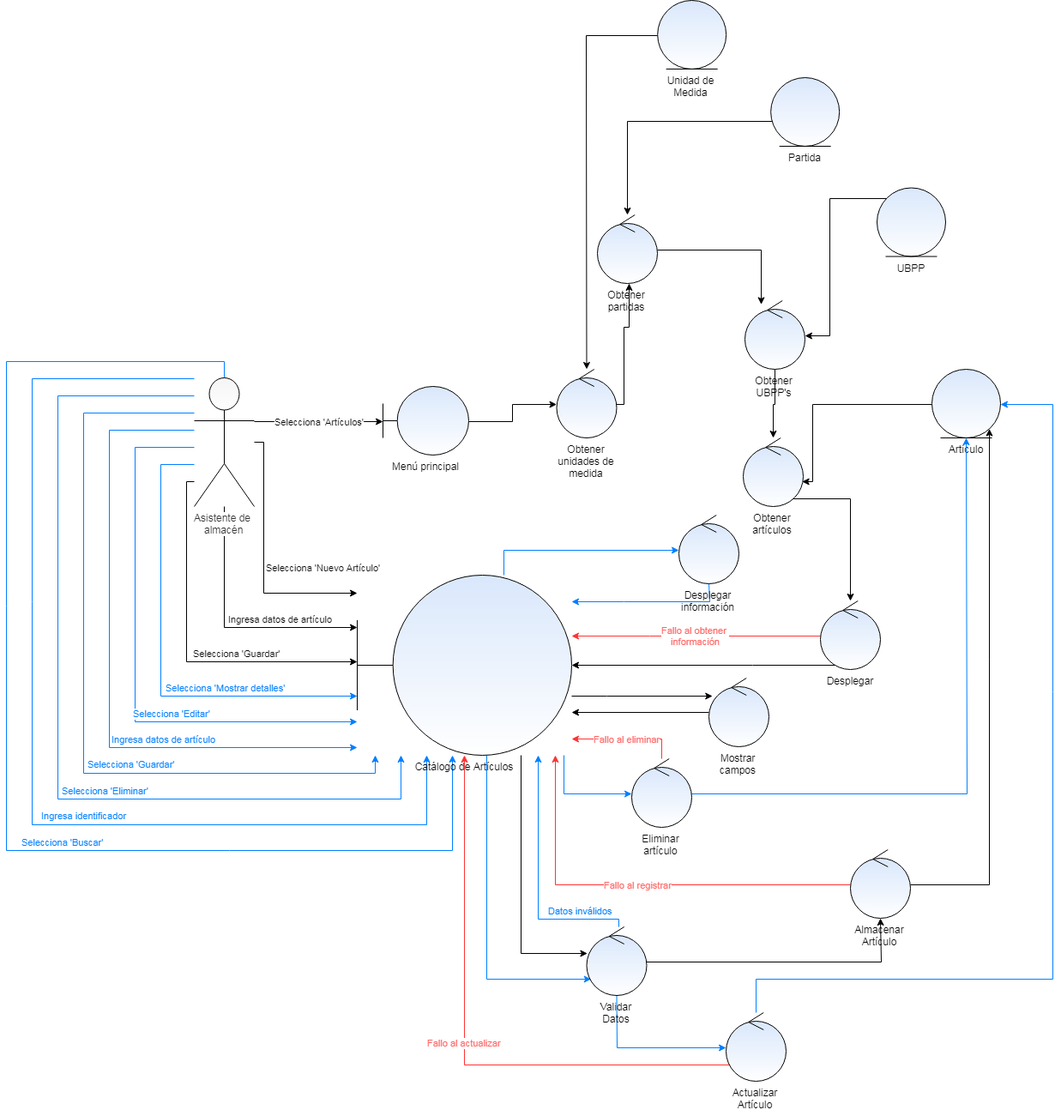
Earlier version of the draw.io export documentacion/Diagramas de robustez/CU-06.png (ipe-ver/sipever). Source tidied: cells renumbered, new cells last; positions are measured from the earlier drawing's top-left corner, leaving out a move shared by most shapes.
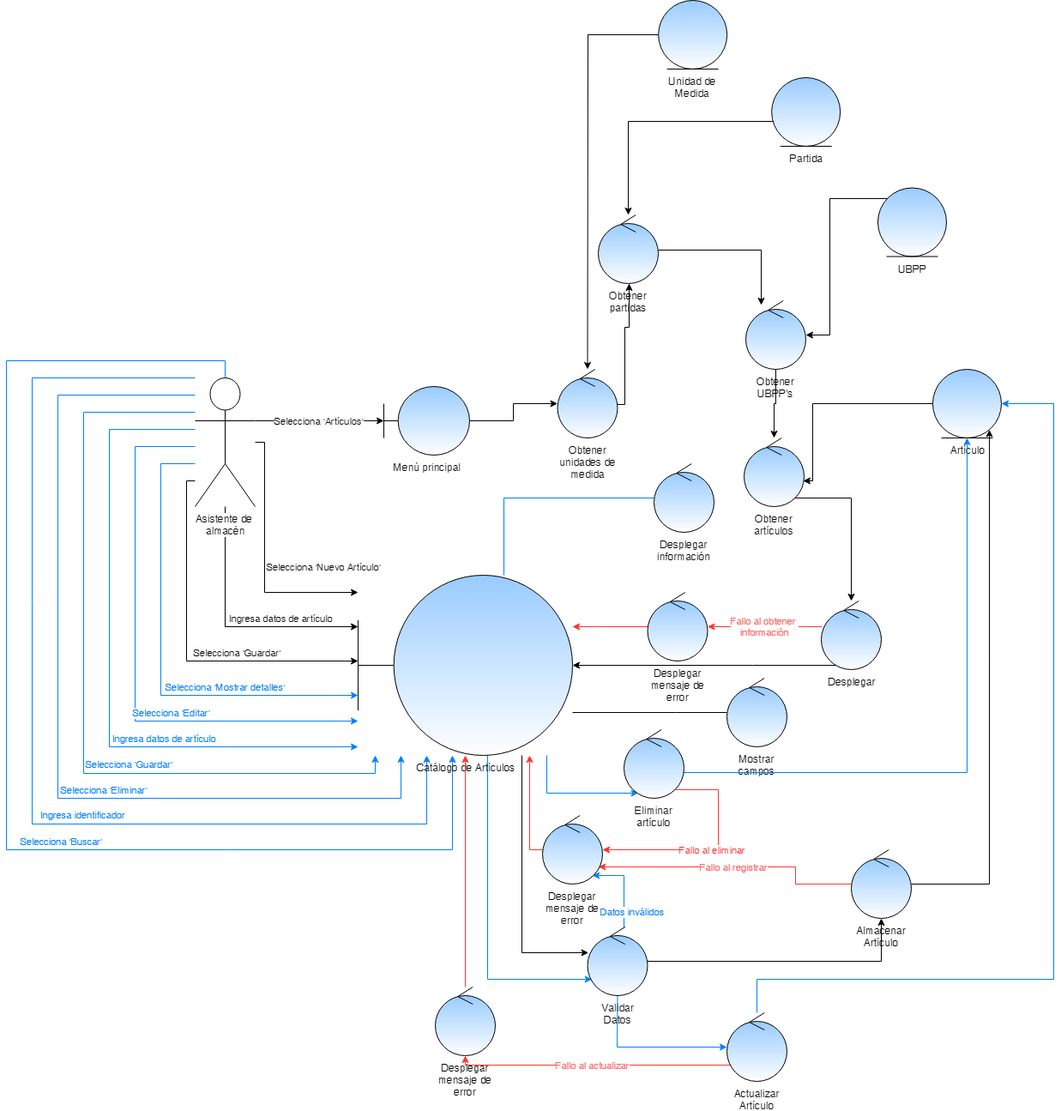
Above is the later version.

Diff of the diagram source:
```diff
@@ -98,3 +98,3 @@
     </mxCell>
-    <mxCell id="13" value="Asistente de&amp;nbsp;&lt;br&gt;almacén" style="shape=umlActor;verticalLabelPosition=bottom;labelBackgroundColor=#ffffff;verticalAlign=top;html=1;outlineConnect=0;fillColor=#f5f5f5;strokeColor=#000000;fontColor=#333333;gradientColor=#ffffff;" parent="1" vertex="1">
+    <mxCell id="13" value="Asistente de&amp;nbsp;&lt;br&gt;almacén" style="shape=umlActor;verticalLabelPosition=bottom;labelBackgroundColor=#ffffff;verticalAlign=top;html=1;outlineConnect=0;" parent="1" vertex="1">
       <mxGeometry x="220" y="440" width="70" height="150" as="geometry" />
@@ -104,3 +104,3 @@
     </mxCell>
-    <mxCell id="15" value="Menú principal" style="shape=umlBoundary;whiteSpace=wrap;html=1;fillColor=#dae8fc;strokeColor=#000000;labelPosition=center;verticalLabelPosition=bottom;align=center;verticalAlign=top;gradientColor=#ffffff;" parent="1" vertex="1">
+    <mxCell id="15" value="Menú principal" style="shape=umlBoundary;whiteSpace=wrap;html=1;fillColor=#99CCFF;strokeColor=#000000;labelPosition=center;verticalLabelPosition=bottom;align=center;verticalAlign=top;gradientColor=#ffffff;" parent="1" vertex="1">
       <mxGeometry x="440" y="450" width="100" height="80" as="geometry" />
@@ -114,3 +114,3 @@
     </mxCell>
-    <mxCell id="17" value="Artículo" style="ellipse;shape=umlEntity;whiteSpace=wrap;html=1;fillColor=#dae8fc;strokeColor=#000000;labelPosition=center;verticalLabelPosition=bottom;align=center;verticalAlign=top;gradientColor=#ffffff;" parent="1" vertex="1">
+    <mxCell id="17" value="Artículo" style="ellipse;shape=umlEntity;whiteSpace=wrap;html=1;fillColor=#99CCFF;strokeColor=#000000;labelPosition=center;verticalLabelPosition=bottom;align=center;verticalAlign=top;gradientColor=#ffffff;" parent="1" vertex="1">
       <mxGeometry x="1080" y="430" width="80" height="80" as="geometry" />
@@ -124,3 +124,3 @@
     </mxCell>
-    <mxCell id="19" value="Obtener artículos" style="ellipse;shape=umlControl;whiteSpace=wrap;html=1;fillColor=#dae8fc;strokeColor=#000000;labelPosition=center;verticalLabelPosition=bottom;align=center;verticalAlign=top;gradientColor=#ffffff;" parent="1" vertex="1">
+    <mxCell id="19" value="Obtener artículos" style="ellipse;shape=umlControl;whiteSpace=wrap;html=1;fillColor=#99CCFF;strokeColor=#000000;labelPosition=center;verticalLabelPosition=bottom;align=center;verticalAlign=top;gradientColor=#ffffff;" parent="1" vertex="1">
       <mxGeometry x="860" y="510" width="70" height="80" as="geometry" />
@@ -135,18 +135,10 @@
     </mxCell>
-    <mxCell id="21" value="Fallo al obtener&amp;nbsp;&lt;br&gt;información" style="edgeStyle=orthogonalEdgeStyle;rounded=0;jettySize=auto;html=1;strokeColor=#FF3333;fontColor=#FF6666;" parent="1" edge="1" source="22" target="28">
-      <mxGeometry relative="1" as="geometry">
-        <Array as="points">
-          <mxPoint x="750" y="741" />
-          <mxPoint x="750" y="741" />
-        </Array>
-      </mxGeometry>
-    </mxCell>
-    <mxCell id="22" value="Desplegar" style="ellipse;shape=umlControl;whiteSpace=wrap;html=1;fillColor=#dae8fc;strokeColor=#000000;labelPosition=center;verticalLabelPosition=bottom;align=center;verticalAlign=top;gradientColor=#ffffff;" parent="1" vertex="1">
+    <mxCell id="22" value="Desplegar" style="ellipse;shape=umlControl;whiteSpace=wrap;html=1;fillColor=#99CCFF;strokeColor=#000000;labelPosition=center;verticalLabelPosition=bottom;align=center;verticalAlign=top;gradientColor=#ffffff;" parent="1" vertex="1">
       <mxGeometry x="950" y="700" width="70" height="80" as="geometry" />
     </mxCell>
-    <mxCell id="23" style="edgeStyle=orthogonalEdgeStyle;rounded=0;jettySize=auto;html=1;" parent="1" edge="1" source="28" target="30">
+    <mxCell id="23" style="edgeStyle=orthogonalEdgeStyle;rounded=0;jettySize=auto;html=1;endArrow=none;endFill=0;" parent="1" edge="1" source="28" target="30">
       <mxGeometry relative="1" as="geometry">
         <Array as="points">
-          <mxPoint x="700" y="810" />
-          <mxPoint x="700" y="810" />
+          <mxPoint x="780" y="830" />
+          <mxPoint x="780" y="830" />
         </Array>
@@ -161,6 +153,6 @@
     </mxCell>
-    <mxCell id="25" style="edgeStyle=orthogonalEdgeStyle;rounded=0;jettySize=auto;html=1;fillColor=#dae8fc;strokeColor=#007FFF;" parent="1" edge="1" source="28" target="51">
+    <mxCell id="25" style="edgeStyle=orthogonalEdgeStyle;rounded=0;jettySize=auto;html=1;fillColor=#dae8fc;strokeColor=#007FFF;endArrow=none;endFill=0;" parent="1" edge="1" source="28" target="51">
       <mxGeometry y="10" relative="1" as="geometry">
         <Array as="points">
-          <mxPoint x="580" y="640" />
+          <mxPoint x="580" y="580" />
         </Array>
@@ -178,3 +170,3 @@
         <Array as="points">
-          <mxPoint x="650" y="924" />
+          <mxPoint x="630" y="924" />
         </Array>
@@ -182,14 +174,7 @@
     </mxCell>
-    <mxCell id="28" value="Catálogo de Artículos" style="shape=umlBoundary;whiteSpace=wrap;html=1;fillColor=#dae8fc;strokeColor=#000000;labelPosition=center;verticalLabelPosition=bottom;align=center;verticalAlign=top;gradientColor=#ffffff;" parent="1" vertex="1">
+    <mxCell id="28" value="Catálogo de Artículos" style="shape=umlBoundary;whiteSpace=wrap;html=1;fillColor=#99CCFF;strokeColor=#000000;labelPosition=center;verticalLabelPosition=bottom;align=center;verticalAlign=top;gradientColor=#ffffff;" parent="1" vertex="1">
       <mxGeometry x="410" y="670" width="250" height="210" as="geometry" />
     </mxCell>
-    <mxCell id="29" style="edgeStyle=orthogonalEdgeStyle;rounded=0;jettySize=auto;html=1;" parent="1" edge="1" source="30" target="28">
-      <mxGeometry relative="1" as="geometry">
-        <Array as="points">
-          <mxPoint x="590" y="820" />
-        </Array>
-      </mxGeometry>
-    </mxCell>
-    <mxCell id="30" value="Mostrar campos" style="ellipse;shape=umlControl;whiteSpace=wrap;html=1;fillColor=#dae8fc;strokeColor=#000000;labelPosition=center;verticalLabelPosition=bottom;align=center;verticalAlign=top;gradientColor=#ffffff;" parent="1" vertex="1">
-      <mxGeometry x="820" y="790" width="70" height="80" as="geometry" />
+    <mxCell id="30" value="Mostrar campos" style="ellipse;shape=umlControl;whiteSpace=wrap;html=1;fillColor=#99CCFF;strokeColor=#000000;labelPosition=center;verticalLabelPosition=bottom;align=center;verticalAlign=top;gradientColor=#ffffff;" parent="1" vertex="1">
+      <mxGeometry x="840" y="790" width="70" height="80" as="geometry" />
     </mxCell>
@@ -205,7 +190,6 @@
     </mxCell>
-    <mxCell id="33" value="&lt;font color=&quot;#007fff&quot;&gt;Datos inválidos&lt;/font&gt;" style="edgeStyle=orthogonalEdgeStyle;rounded=0;jettySize=auto;html=1;strokeColor=#007FFF;" parent="1" edge="1" source="34" target="28">
+    <mxCell id="33" value="&lt;font color=&quot;#007fff&quot;&gt;Datos inválidos&lt;/font&gt;" style="edgeStyle=orthogonalEdgeStyle;rounded=0;jettySize=auto;html=1;strokeColor=#007FFF;" parent="1" edge="1" source="34" target="61">
       <mxGeometry x="-0.63" y="-10" relative="1" as="geometry">
         <Array as="points">
-          <mxPoint x="714" y="1070" />
-          <mxPoint x="621" y="1070" />
+          <mxPoint x="720" y="1020" />
         </Array>
@@ -213,3 +197,3 @@
     </mxCell>
-    <mxCell id="34" value="Validar Datos" style="ellipse;shape=umlControl;whiteSpace=wrap;html=1;fillColor=#dae8fc;strokeColor=#000000;labelPosition=center;verticalLabelPosition=bottom;align=center;verticalAlign=top;gradientColor=#ffffff;" parent="1" vertex="1">
+    <mxCell id="34" value="Validar Datos" style="ellipse;shape=umlControl;whiteSpace=wrap;html=1;fillColor=#99CCFF;strokeColor=#000000;labelPosition=center;verticalLabelPosition=bottom;align=center;verticalAlign=top;gradientColor=#ffffff;" parent="1" vertex="1">
       <mxGeometry x="677.5" y="1080" width="70" height="80" as="geometry" />
@@ -223,6 +207,7 @@
     </mxCell>
-    <mxCell id="36" value="Fallo al registrar" style="edgeStyle=orthogonalEdgeStyle;rounded=0;jettySize=auto;html=1;strokeColor=#FF3333;fontColor=#FF6666;" parent="1" edge="1" source="37" target="28">
+    <mxCell id="36" value="Fallo al registrar" style="edgeStyle=orthogonalEdgeStyle;rounded=0;jettySize=auto;html=1;strokeColor=#FF3333;fontColor=#FF6666;" parent="1" edge="1" source="37" target="61">
       <mxGeometry relative="1" as="geometry">
         <Array as="points">
-          <mxPoint x="641" y="1030" />
+          <mxPoint x="920" y="1030" />
+          <mxPoint x="920" y="1010" />
         </Array>
@@ -230,3 +215,3 @@
     </mxCell>
-    <mxCell id="37" value="Almacenar Artículo" style="ellipse;shape=umlControl;whiteSpace=wrap;html=1;fillColor=#dae8fc;strokeColor=#000000;labelPosition=center;verticalLabelPosition=bottom;align=center;verticalAlign=top;gradientColor=#ffffff;" parent="1" vertex="1">
+    <mxCell id="37" value="Almacenar Artículo" style="ellipse;shape=umlControl;whiteSpace=wrap;html=1;fillColor=#99CCFF;strokeColor=#000000;labelPosition=center;verticalLabelPosition=bottom;align=center;verticalAlign=top;gradientColor=#ffffff;" parent="1" vertex="1">
       <mxGeometry x="985" y="990" width="70" height="80" as="geometry" />
@@ -240,3 +225,3 @@
     </mxCell>
-    <mxCell id="39" value="Partida" style="ellipse;shape=umlEntity;whiteSpace=wrap;html=1;fillColor=#dae8fc;strokeColor=#000000;labelPosition=center;verticalLabelPosition=bottom;align=center;verticalAlign=top;gradientColor=#ffffff;" parent="1" vertex="1">
+    <mxCell id="39" value="Partida" style="ellipse;shape=umlEntity;whiteSpace=wrap;html=1;fillColor=#99CCFF;strokeColor=#000000;labelPosition=center;verticalLabelPosition=bottom;align=center;verticalAlign=top;gradientColor=#ffffff;" parent="1" vertex="1">
       <mxGeometry x="892.2" y="90" width="80" height="80" as="geometry" />
@@ -246,3 +231,3 @@
     </mxCell>
-    <mxCell id="41" value="Unidad de Medida" style="ellipse;shape=umlEntity;whiteSpace=wrap;html=1;fillColor=#dae8fc;strokeColor=#000000;labelPosition=center;verticalLabelPosition=bottom;align=center;verticalAlign=top;gradientColor=#ffffff;" parent="1" vertex="1">
+    <mxCell id="41" value="Unidad de Medida" style="ellipse;shape=umlEntity;whiteSpace=wrap;html=1;fillColor=#99CCFF;strokeColor=#000000;labelPosition=center;verticalLabelPosition=bottom;align=center;verticalAlign=top;gradientColor=#ffffff;" parent="1" vertex="1">
       <mxGeometry x="760.2" width="80" height="80" as="geometry" />
@@ -256,3 +241,3 @@
     </mxCell>
-    <mxCell id="43" value="UBPP" style="ellipse;shape=umlEntity;whiteSpace=wrap;html=1;fillColor=#dae8fc;strokeColor=#000000;labelPosition=center;verticalLabelPosition=bottom;align=center;verticalAlign=top;gradientColor=#ffffff;" parent="1" vertex="1">
+    <mxCell id="43" value="UBPP" style="ellipse;shape=umlEntity;whiteSpace=wrap;html=1;fillColor=#99CCFF;strokeColor=#000000;labelPosition=center;verticalLabelPosition=bottom;align=center;verticalAlign=top;gradientColor=#ffffff;" parent="1" vertex="1">
       <mxGeometry x="1016" y="218.5" width="80" height="80" as="geometry" />
@@ -266,3 +251,3 @@
     </mxCell>
-    <mxCell id="45" value="Obtener partidas" style="ellipse;shape=umlControl;whiteSpace=wrap;html=1;fillColor=#dae8fc;strokeColor=#000000;labelPosition=center;verticalLabelPosition=bottom;align=center;verticalAlign=top;gradientColor=#ffffff;" parent="1" vertex="1">
+    <mxCell id="45" value="Obtener partidas" style="ellipse;shape=umlControl;whiteSpace=wrap;html=1;fillColor=#99CCFF;strokeColor=#000000;labelPosition=center;verticalLabelPosition=bottom;align=center;verticalAlign=top;gradientColor=#ffffff;" parent="1" vertex="1">
       <mxGeometry x="690" y="250" width="70" height="80" as="geometry" />
@@ -272,3 +257,3 @@
     </mxCell>
-    <mxCell id="47" value="Obtener UBPP's" style="ellipse;shape=umlControl;whiteSpace=wrap;html=1;fillColor=#dae8fc;strokeColor=#000000;labelPosition=center;verticalLabelPosition=bottom;align=center;verticalAlign=top;gradientColor=#ffffff;" parent="1" vertex="1">
+    <mxCell id="47" value="Obtener UBPP's" style="ellipse;shape=umlControl;whiteSpace=wrap;html=1;fillColor=#99CCFF;strokeColor=#000000;labelPosition=center;verticalLabelPosition=bottom;align=center;verticalAlign=top;gradientColor=#ffffff;" parent="1" vertex="1">
       <mxGeometry x="862" y="350" width="70" height="80" as="geometry" />
@@ -284,15 +269,7 @@
     </mxCell>
-    <mxCell id="49" value="Obtener unidades de medida" style="ellipse;shape=umlControl;whiteSpace=wrap;html=1;fillColor=#dae8fc;strokeColor=#000000;labelPosition=center;verticalLabelPosition=bottom;align=center;verticalAlign=top;gradientColor=#ffffff;" parent="1" vertex="1">
+    <mxCell id="49" value="Obtener unidades de medida" style="ellipse;shape=umlControl;whiteSpace=wrap;html=1;fillColor=#99CCFF;strokeColor=#000000;labelPosition=center;verticalLabelPosition=bottom;align=center;verticalAlign=top;gradientColor=#ffffff;" parent="1" vertex="1">
       <mxGeometry x="642.5" y="430" width="70" height="80" as="geometry" />
     </mxCell>
-    <mxCell id="50" style="edgeStyle=orthogonalEdgeStyle;rounded=0;jettySize=auto;html=1;fillColor=#dae8fc;strokeColor=#007FFF;" parent="1" edge="1" source="51" target="28">
-      <mxGeometry relative="1" as="geometry">
-        <Array as="points">
-          <mxPoint x="720" y="700" />
-          <mxPoint x="720" y="700" />
-        </Array>
-      </mxGeometry>
-    </mxCell>
-    <mxCell id="51" value="Desplegar información" style="ellipse;shape=umlControl;whiteSpace=wrap;html=1;fillColor=#dae8fc;strokeColor=#000000;labelPosition=center;verticalLabelPosition=bottom;align=center;verticalAlign=top;gradientColor=#ffffff;" parent="1" vertex="1">
-      <mxGeometry x="785" y="600" width="70" height="80" as="geometry" />
+    <mxCell id="51" value="Desplegar información" style="ellipse;shape=umlControl;whiteSpace=wrap;html=1;fillColor=#99CCFF;strokeColor=#000000;labelPosition=center;verticalLabelPosition=bottom;align=center;verticalAlign=top;gradientColor=#ffffff;" parent="1" vertex="1">
+      <mxGeometry x="755" y="540" width="70" height="80" as="geometry" />
     </mxCell>
@@ -306,3 +283,3 @@
     </mxCell>
-    <mxCell id="53" value="Fallo al actualizar" style="edgeStyle=orthogonalEdgeStyle;rounded=0;jettySize=auto;html=1;strokeColor=#FF3333;fontColor=#FF6666;" parent="1" edge="1" source="54" target="28">
+    <mxCell id="53" value="Fallo al actualizar" style="edgeStyle=orthogonalEdgeStyle;rounded=0;jettySize=auto;html=1;strokeColor=#FF3333;fontColor=#FF6666;" parent="1" edge="1" source="54" target="59">
       <mxGeometry relative="1" as="geometry">
@@ -310,2 +287,3 @@
           <mxPoint x="535" y="1241" />
+          <mxPoint x="535" y="1180" />
         </Array>
@@ -313,3 +291,3 @@
     </mxCell>
-    <mxCell id="54" value="Actualizar Artículo" style="ellipse;shape=umlControl;whiteSpace=wrap;html=1;fillColor=#dae8fc;labelPosition=center;verticalLabelPosition=bottom;align=center;verticalAlign=top;strokeColor=#000000;gradientColor=#ffffff;" parent="1" vertex="1">
+    <mxCell id="54" value="Actualizar Artículo" style="ellipse;shape=umlControl;whiteSpace=wrap;html=1;fillColor=#99CCFF;labelPosition=center;verticalLabelPosition=bottom;align=center;verticalAlign=top;strokeColor=#000000;gradientColor=#ffffff;" parent="1" vertex="1">
       <mxGeometry x="840" y="1180" width="70" height="80" as="geometry" />
@@ -317,8 +295,13 @@
     <mxCell id="55" style="edgeStyle=orthogonalEdgeStyle;rounded=0;jettySize=auto;html=1;strokeColor=#007FFF;" parent="1" edge="1" source="57" target="17">
-      <mxGeometry relative="1" as="geometry" />
+      <mxGeometry relative="1" as="geometry">
+        <Array as="points">
+          <mxPoint x="1120" y="900" />
+        </Array>
+      </mxGeometry>
     </mxCell>
-    <mxCell id="56" value="Fallo al eliminar" style="edgeStyle=orthogonalEdgeStyle;rounded=0;jettySize=auto;html=1;strokeColor=#FF3333;fontColor=#FF6666;" parent="1" edge="1" source="57" target="28">
+    <mxCell id="56" value="&lt;font color=&quot;#ff3333&quot;&gt;Fallo al eliminar&lt;/font&gt;" style="edgeStyle=orthogonalEdgeStyle;rounded=0;jettySize=auto;html=1;strokeColor=#FF3333;" parent="1" edge="1" source="57" target="61">
       <mxGeometry relative="1" as="geometry">
         <Array as="points">
-          <mxPoint x="765" y="861" />
+          <mxPoint x="830" y="920" />
+          <mxPoint x="830" y="990" />
         </Array>
@@ -326,5 +309,40 @@
     </mxCell>
-    <mxCell id="57" value="Eliminar artículo" style="ellipse;shape=umlControl;whiteSpace=wrap;html=1;fillColor=#dae8fc;strokeColor=#000000;labelPosition=center;verticalLabelPosition=bottom;align=center;verticalAlign=top;gradientColor=#ffffff;" parent="1" vertex="1">
-      <mxGeometry x="730" y="884" width="70" height="80" as="geometry" />
+    <mxCell id="57" value="Eliminar artículo" style="ellipse;shape=umlControl;whiteSpace=wrap;html=1;fillColor=#99CCFF;strokeColor=#000000;labelPosition=center;verticalLabelPosition=bottom;align=center;verticalAlign=top;gradientColor=#ffffff;" parent="1" vertex="1">
+      <mxGeometry x="720" y="850" width="70" height="80" as="geometry" />
     </mxCell>
+    <mxCell id="58" style="edgeStyle=orthogonalEdgeStyle;rounded=0;jettySize=auto;html=1;strokeColor=#FF3333;" parent="1" edge="1" source="59" target="28">
+      <mxGeometry relative="1" as="geometry" />
+    </mxCell>
+    <mxCell id="59" value="Desplegar mensaje de error" style="ellipse;shape=umlControl;whiteSpace=wrap;html=1;strokeColor=#000000;fillColor=#99CCFF;gradientColor=#ffffff;labelPosition=center;verticalLabelPosition=bottom;align=center;verticalAlign=top;" parent="1" vertex="1">
+      <mxGeometry x="500" y="1150" width="70" height="80" as="geometry" />
+    </mxCell>
+    <mxCell id="60" style="edgeStyle=orthogonalEdgeStyle;rounded=0;jettySize=auto;html=1;strokeColor=#FF3333;" parent="1" edge="1" source="61" target="28">
+      <mxGeometry relative="1" as="geometry">
+        <Array as="points">
+          <mxPoint x="610" y="990" />
+        </Array>
+      </mxGeometry>
+    </mxCell>
+    <mxCell id="61" value="Desplegar mensaje de error" style="ellipse;shape=umlControl;whiteSpace=wrap;html=1;strokeColor=#000000;fillColor=#99CCFF;gradientColor=#ffffff;labelPosition=center;verticalLabelPosition=bottom;align=center;verticalAlign=top;" parent="1" vertex="1">
+      <mxGeometry x="625" y="950" width="70" height="80" as="geometry" />
+    </mxCell>
+    <mxCell id="62" style="edgeStyle=orthogonalEdgeStyle;rounded=0;jettySize=auto;html=1;endArrow=classic;endFill=1;strokeColor=#FF3333;" parent="1" edge="1" source="63" target="28">
+      <mxGeometry relative="1" as="geometry">
+        <Array as="points">
+          <mxPoint x="690" y="730" />
+          <mxPoint x="690" y="730" />
+        </Array>
+      </mxGeometry>
+    </mxCell>
+    <mxCell id="63" value="Desplegar mensaje de error" style="ellipse;shape=umlControl;whiteSpace=wrap;html=1;strokeColor=#000000;fillColor=#99CCFF;gradientColor=#ffffff;labelPosition=center;verticalLabelPosition=bottom;align=center;verticalAlign=top;" parent="1" vertex="1">
+      <mxGeometry x="747.5" y="690" width="70" height="80" as="geometry" />
+    </mxCell>
+    <mxCell id="21" value="Fallo al obtener&amp;nbsp;&lt;br&gt;información" style="edgeStyle=orthogonalEdgeStyle;rounded=0;jettySize=auto;html=1;strokeColor=#FF3333;fontColor=#FF6666;" parent="1" edge="1" source="22" target="63">
+      <mxGeometry relative="1" as="geometry">
+        <Array as="points">
+          <mxPoint x="930" y="730" />
+          <mxPoint x="930" y="730" />
+        </Array>
+      </mxGeometry>
+    </mxCell>
   </root>
```
